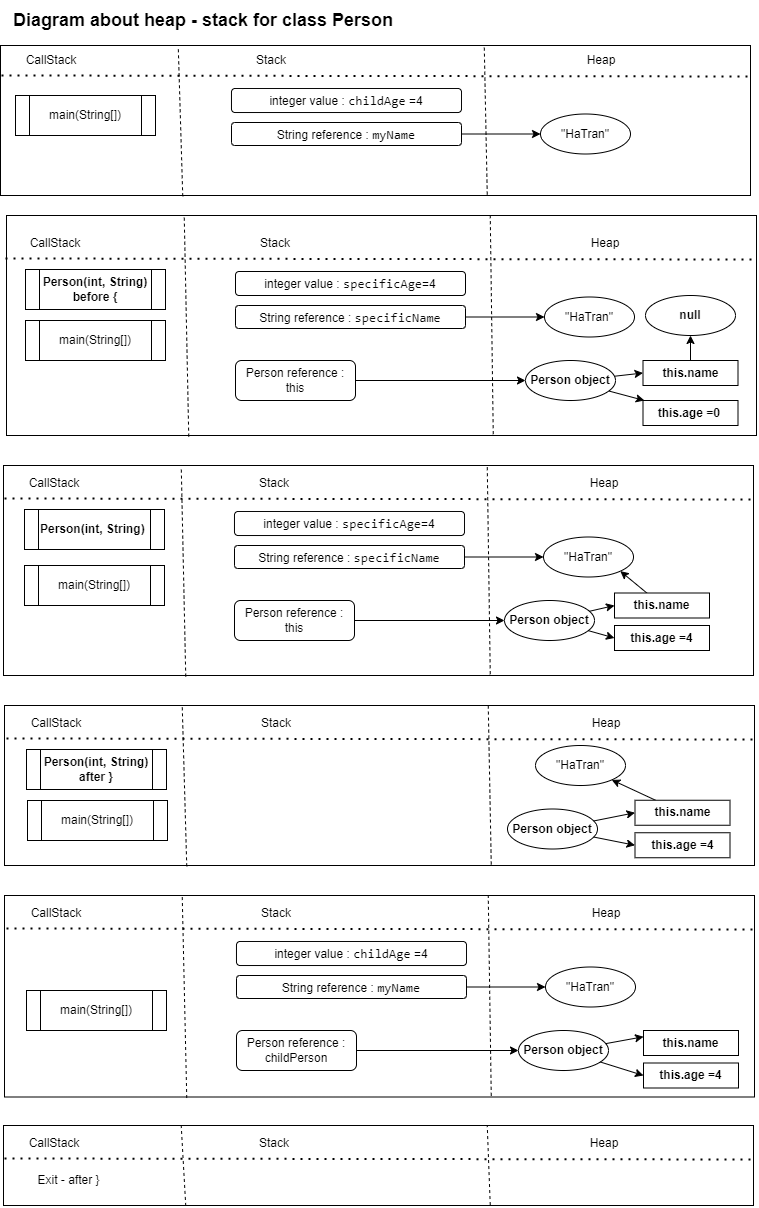
Before: samples_effective_java/src/documents/GarbageCollector.png, a diagram exported from draw.io (hazoe-dev/samples_effective_java). Source tidied: cells renumbered, new cells last; positions are measured from the earlier drawing's top-left corner, leaving out a move shared by most shapes.
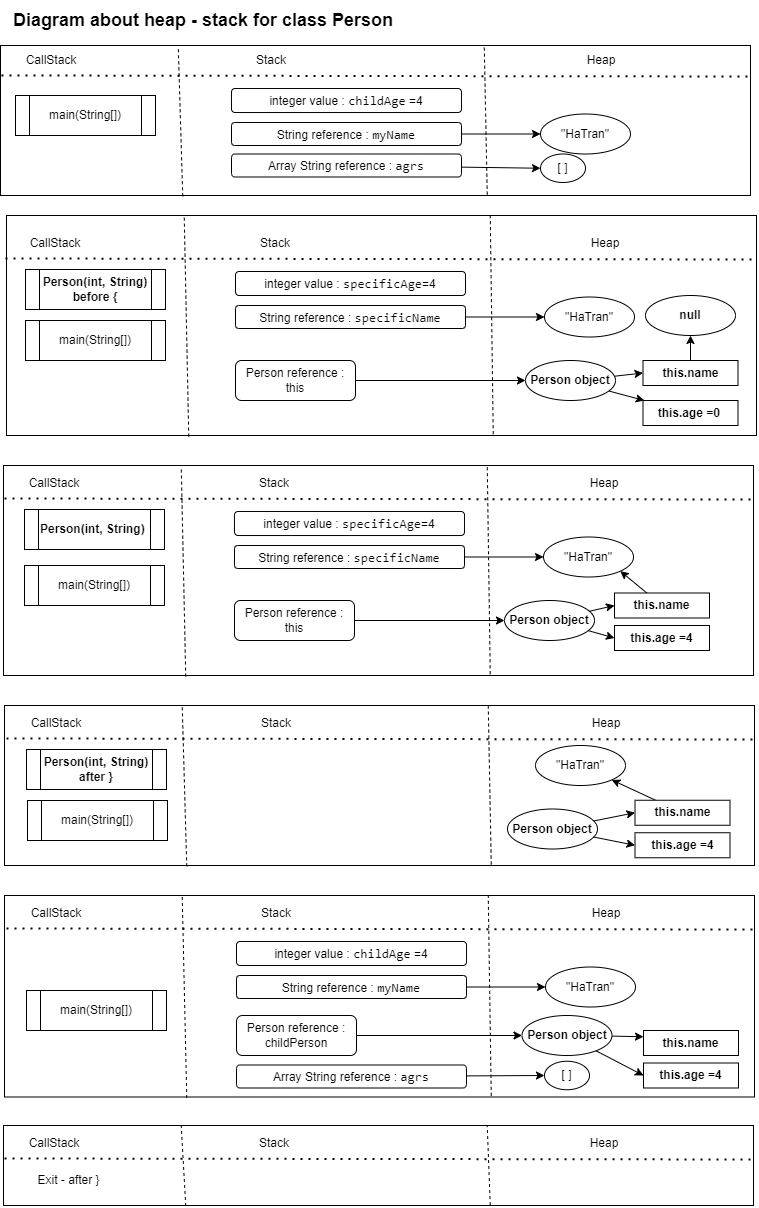
After the commit.

Commit message:
Update var agrs for main in image GC

Change to the diagram source:
```diff
@@ -141,7 +141,7 @@
       <mxGeometry x="21" y="40" width="89" height="30" as="geometry" />
     </mxCell>
     <mxCell id="45" style="group;" parent="1" vertex="1">
-      <mxGeometry x="4" y="895" width="752" height="201.5" as="geometry" />
+      <mxGeometry x="4" y="895" width="752" height="208.5" as="geometry" />
     </mxCell>
     <mxCell id="46" style="rounded=0;whiteSpace=wrap;html=1;" parent="45" vertex="1">
       <mxGeometry width="750" height="201.5" as="geometry" />
@@ -168,7 +168,7 @@
       </mxGeometry>
     </mxCell>
     <mxCell id="53" value="Person reference : childPerson" style="rounded=1;whiteSpace=wrap;html=1;" parent="45" vertex="1">
-      <mxGeometry x="232" y="135" width="120" height="40" as="geometry" />
+      <mxGeometry x="232" y="120" width="120" height="40" as="geometry" />
     </mxCell>
     <mxCell id="54" value="integer value :&amp;nbsp;&lt;span style=&quot;background-color: rgb(255, 255, 255); font-family: &amp;quot;JetBrains Mono&amp;quot;, monospace; font-size: 9.8pt;&quot;&gt;childAge&lt;/span&gt;&lt;span style=&quot;background-color: initial;&quot;&gt;&amp;nbsp;&lt;/span&gt;&lt;span style=&quot;background-color: initial;&quot;&gt;=4&lt;/span&gt;" style="rounded=1;whiteSpace=wrap;html=1;" parent="45" vertex="1">
       <mxGeometry x="232" y="46" width="230" height="24" as="geometry" />
@@ -183,7 +183,7 @@
       <mxGeometry relative="1" as="geometry" />
     </mxCell>
     <mxCell id="58" value="Person object" style="ellipse;whiteSpace=wrap;html=1;fontStyle=1;" parent="45" vertex="1">
-      <mxGeometry x="514" y="135" width="90" height="40" as="geometry" />
+      <mxGeometry x="517.5" y="120" width="90" height="40" as="geometry" />
     </mxCell>
     <mxCell id="59" style="edgeStyle=none;rounded=0;jettySize=auto;html=1;" parent="45" edge="1" source="53" target="58">
       <mxGeometry relative="1" as="geometry" />
@@ -203,6 +203,15 @@
     <mxCell id="64" style="edgeStyle=none;rounded=0;jettySize=auto;html=1;entryX=0;entryY=0.25;entryDx=0;entryDy=0;" parent="45" edge="1" source="58" target="63">
       <mxGeometry relative="1" as="geometry" />
     </mxCell>
+    <mxCell id="106" value="Array String reference :&amp;nbsp;&lt;span style=&quot;background-color: rgb(255, 255, 255); font-family: &amp;quot;JetBrains Mono&amp;quot;, monospace; font-size: 9.8pt;&quot;&gt;agrs&lt;/span&gt;" style="rounded=1;whiteSpace=wrap;html=1;" parent="45" vertex="1">
+      <mxGeometry x="232" y="169.5" width="230" height="23" as="geometry" />
+    </mxCell>
+    <mxCell id="107" value="[ ]" style="ellipse;whiteSpace=wrap;html=1;" parent="45" vertex="1">
+      <mxGeometry x="540" y="165.8" width="45" height="28.5" as="geometry" />
+    </mxCell>
+    <mxCell id="108" style="rounded=0;jettySize=auto;html=1;entryX=0;entryY=0.5;entryDx=0;entryDy=0;" parent="45" edge="1" source="106" target="107">
+      <mxGeometry relative="1" as="geometry" />
+    </mxCell>
     <mxCell id="65" style="group;" parent="1" vertex="1">
       <mxGeometry x="4" y="705" width="752" height="160" as="geometry" />
     </mxCell>
@@ -332,5 +341,14 @@
     <mxCell id="105" value="&lt;b&gt;&lt;font style=&quot;font-size: 18px;&quot;&gt;Diagram about heap - stack for class Person&amp;nbsp;&lt;/font&gt;&lt;/b&gt;" style="text;html=1;align=center;verticalAlign=middle;strokeColor=none;fillColor=none;" parent="1" vertex="1">
       <mxGeometry width="410" height="40" as="geometry" />
     </mxCell>
+    <mxCell id="109" style="rounded=0;jettySize=auto;html=1;entryX=0;entryY=0.5;entryDx=0;entryDy=0;" parent="1" edge="1" source="110" target="111">
+      <mxGeometry relative="1" as="geometry" />
+    </mxCell>
+    <mxCell id="110" value="Array String reference :&amp;nbsp;&lt;span style=&quot;background-color: rgb(255, 255, 255); font-family: &amp;quot;JetBrains Mono&amp;quot;, monospace; font-size: 9.8pt;&quot;&gt;agrs&lt;/span&gt;" style="rounded=1;whiteSpace=wrap;html=1;" parent="1" vertex="1">
+      <mxGeometry x="231" y="153.5" width="230" height="23" as="geometry" />
+    </mxCell>
+    <mxCell id="111" value="[ ]" style="ellipse;whiteSpace=wrap;html=1;" parent="1" vertex="1">
+      <mxGeometry x="540" y="153.5" width="45" height="28.5" as="geometry" />
+    </mxCell>
   </root>
 </mxGraphModel>
```
